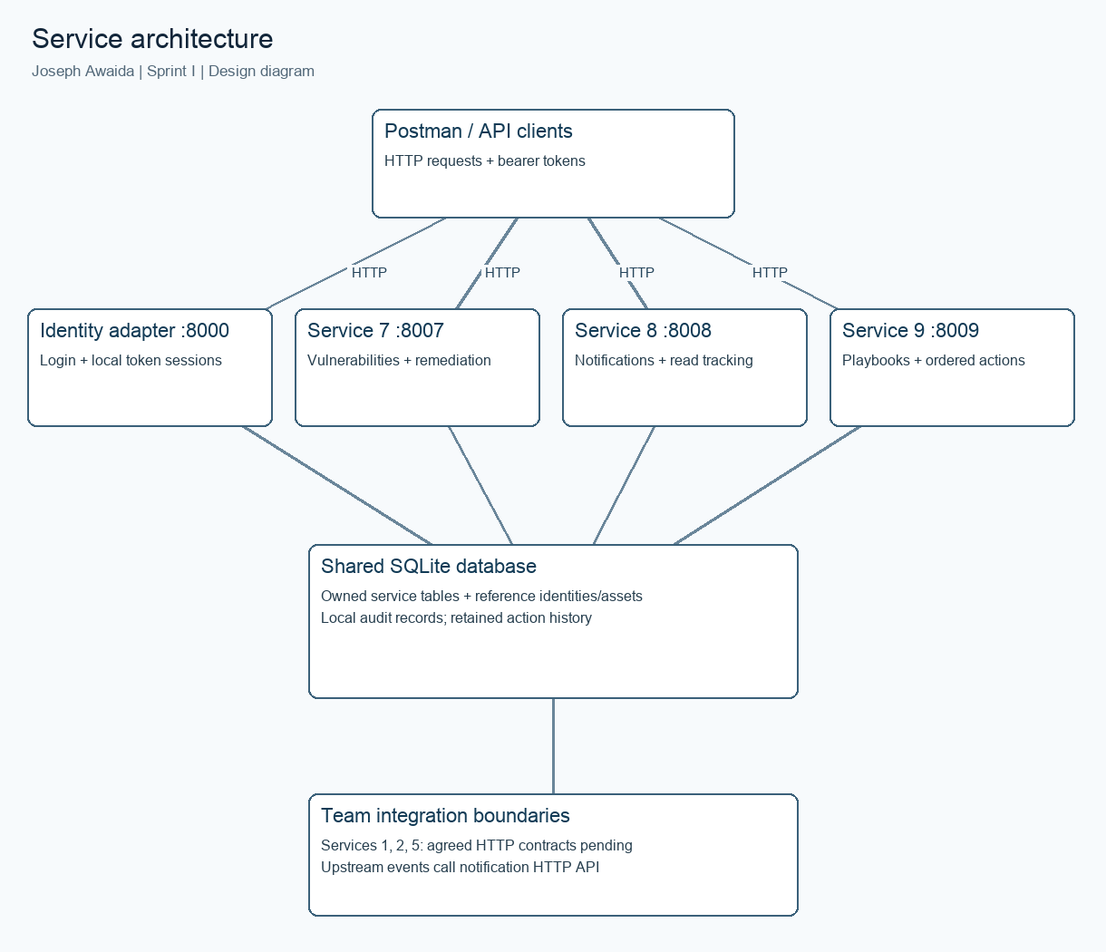
The Mermaid diagram docs/architecture.png in j123awaida/435L, before a commit. Its source is kept beside it as docs/architecture.mmd. Source of this version:
```mermaid
flowchart LR
  Client[Postman / API clients] --> Identity[Identity adapter :8000]
  Client --> V[Service 7 :8007]
  Client --> N[Service 8 :8008]
  Client --> P[Service 9 :8009]
  Identity --> DB[(Shared SQLite)]
  V --> DB
  N --> DB
  P --> DB
  Team[Team services 1-6: integration pending] -. agreed HTTP contracts .-> V
  Team -. notification creation HTTP API .-> N
```
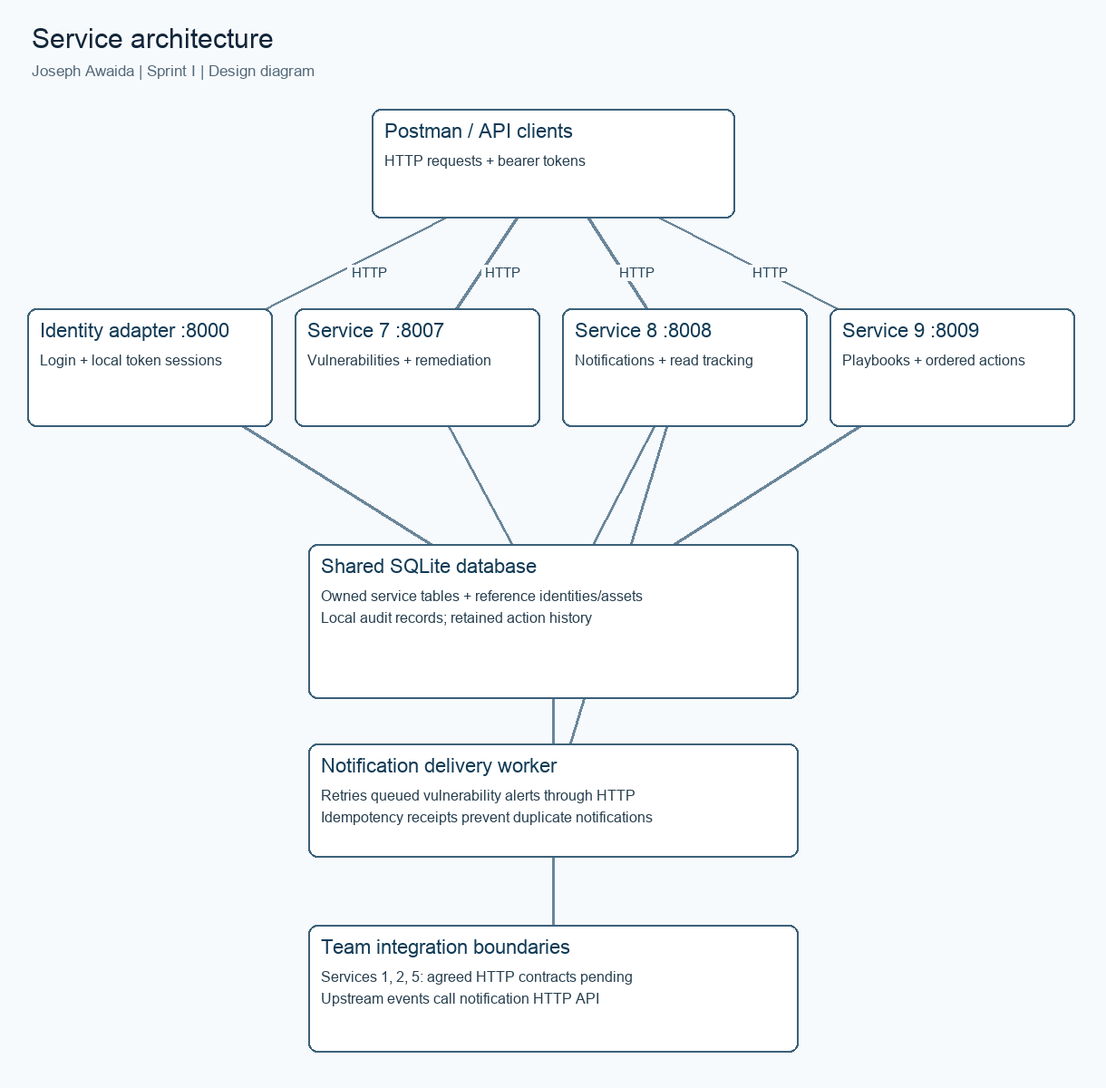
After the commit.

Change to the diagram source:
```diff
@@ -4,7 +4,9 @@
   Client --> N[Service 8 :8008]
   Client --> P[Service 9 :8009]
   Identity --> DB[(Shared SQLite)]
-  V --> DB
+  V -->|transactional alert enqueue| DB
+  DB --> Worker[Notification retry worker]
+  Worker -->|authenticated HTTP + idempotency key| N
   N --> DB
   P --> DB
   Team[Team services 1-6: integration pending] -. agreed HTTP contracts .-> V
```
